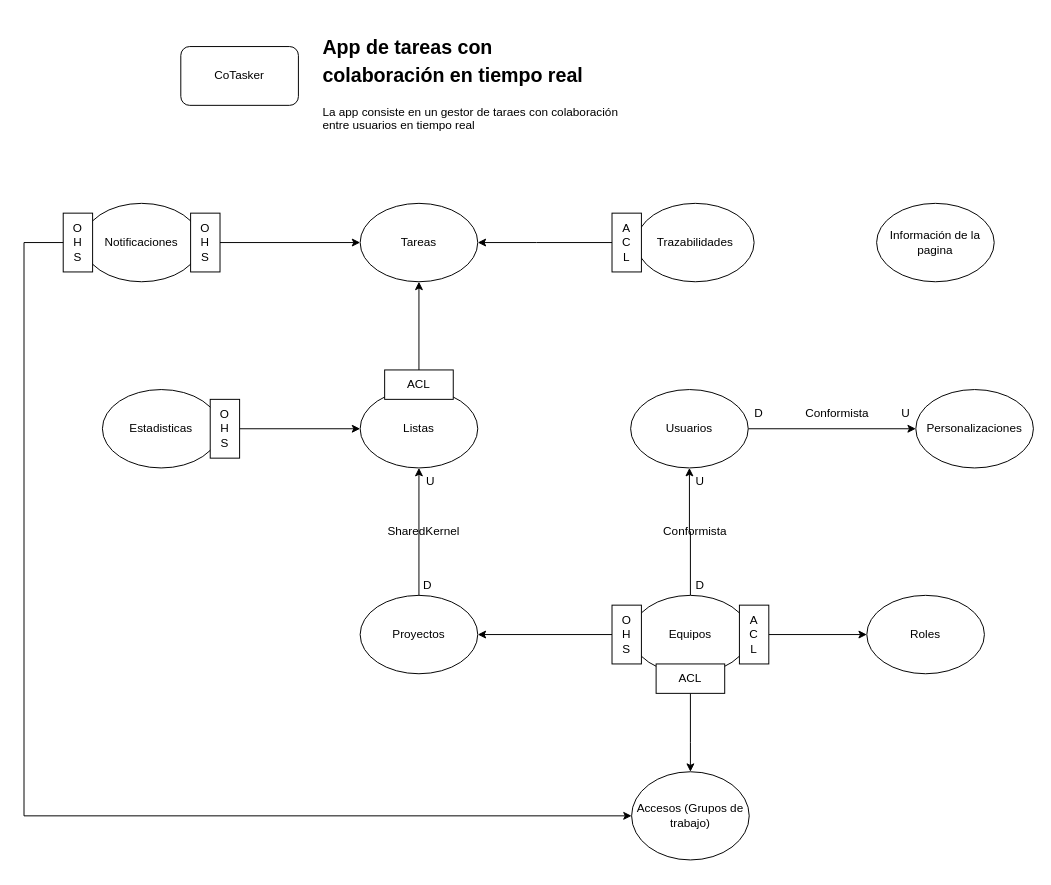
This is page "BoundedContext" (2 of 17) of CoTasker_BoundedContext.drawio from Migue1409-KP/DOO-working-group, a draw.io file, before an edit. Source tidied: cells renumbered, new cells numbered last; positions are measured from the earlier drawing's top-left corner, leaving out a move shared by most shapes. Both pictures are drawn from the tidied source at 98%, with x=0, y=0 at pixel (24, 26).
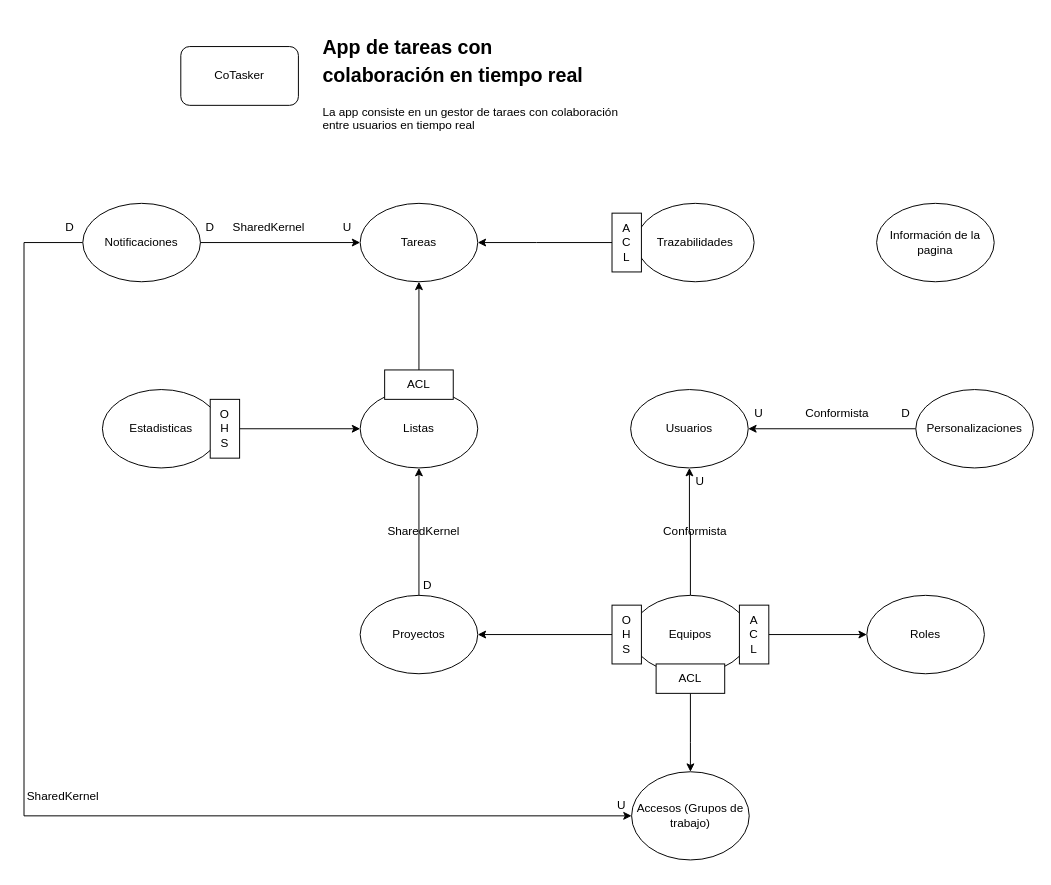
After the change.

The change refers to these unchanged cells:
```xml
<mxCell id="4" value="Tareas" style="ellipse;whiteSpace=wrap;html=1;" parent="1" vertex="1">
  <mxGeometry x="343" y="180" width="120" height="80" as="geometry" />
</mxCell>
<mxCell id="9" value="Usuarios" style="ellipse;whiteSpace=wrap;html=1;" parent="1" vertex="1">
  <mxGeometry x="619" y="370" width="120" height="80" as="geometry" />
</mxCell>
<mxCell id="14" value="Personalizaciones" style="ellipse;whiteSpace=wrap;html=1;" parent="1" vertex="1">
  <mxGeometry x="910" y="370" width="120" height="80" as="geometry" />
</mxCell>
<mxCell id="18" value="Notificaciones" style="ellipse;whiteSpace=wrap;html=1;" parent="1" vertex="1">
  <mxGeometry x="60" y="180" width="120" height="80" as="geometry" />
</mxCell>
```

Diff of the diagram source:
```diff
@@
-    <mxCell id="8" style="edgeStyle=orthogonalEdgeStyle;rounded=0;jettySize=auto;html=1;" parent="1" edge="1" source="9" target="14">
-      <mxGeometry relative="1" as="geometry" />
-    </mxCell>
@@
+    <mxCell id="46" style="edgeStyle=orthogonalEdgeStyle;rounded=0;jettySize=auto;html=1;" parent="1" edge="1" source="14" target="9">
+      <mxGeometry relative="1" as="geometry" />
+    </mxCell>
@@
     <mxCell id="22" value="U" style="text;html=1;strokeColor=none;fillColor=none;align=center;verticalAlign=middle;whiteSpace=wrap;rounded=0;" parent="1" vertex="1">
-      <mxGeometry x="385" y="449" width="60" height="30" as="geometry" />
+      <mxGeometry x="300" y="190" width="60" height="30" as="geometry" />
     </mxCell>
@@
-    <mxCell id="26" style="edgeStyle=orthogonalEdgeStyle;rounded=0;jettySize=auto;html=1;entryX=0;entryY=0.5;entryDx=0;entryDy=0;" parent="1" edge="1" source="27" target="4">
+    <mxCell id="26" style="edgeStyle=orthogonalEdgeStyle;rounded=0;jettySize=auto;html=1;entryX=0;entryY=0.5;entryDx=0;entryDy=0;exitX=1;exitY=0.5;exitDx=0;exitDy=0;" parent="1" edge="1" source="18" target="4">
       <mxGeometry relative="1" as="geometry" />
     </mxCell>
-    <mxCell id="27" value="O&lt;br&gt;H&lt;br&gt;S" style="rounded=0;whiteSpace=wrap;html=1;" parent="1" vertex="1">
-      <mxGeometry x="170" y="190" width="30" height="60" as="geometry" />
-    </mxCell>
@@
     <mxCell id="33" value="D" style="text;html=1;strokeColor=none;fillColor=none;align=center;verticalAlign=middle;whiteSpace=wrap;rounded=0;" parent="1" vertex="1">
-      <mxGeometry x="720" y="380" width="60" height="30" as="geometry" />
+      <mxGeometry x="870" y="380" width="60" height="30" as="geometry" />
     </mxCell>
     <mxCell id="34" value="U" style="text;html=1;strokeColor=none;fillColor=none;align=center;verticalAlign=middle;whiteSpace=wrap;rounded=0;" parent="1" vertex="1">
-      <mxGeometry x="870" y="380" width="60" height="30" as="geometry" />
+      <mxGeometry x="720" y="380" width="60" height="30" as="geometry" />
     </mxCell>
@@
     <mxCell id="44" value="D" style="text;html=1;strokeColor=none;fillColor=none;align=center;verticalAlign=middle;whiteSpace=wrap;rounded=0;" parent="1" vertex="1">
-      <mxGeometry x="660" y="555" width="60" height="30" as="geometry" />
+      <mxGeometry x="160" y="190" width="60" height="30" as="geometry" />
     </mxCell>
-    <mxCell id="45" value="O&lt;br&gt;H&lt;br&gt;S" style="rounded=0;whiteSpace=wrap;html=1;" parent="1" vertex="1">
-      <mxGeometry x="40" y="190" width="30" height="60" as="geometry" />
-    </mxCell>
+    <mxCell id="47" value="SharedKernel" style="text;html=1;strokeColor=none;fillColor=none;align=center;verticalAlign=middle;whiteSpace=wrap;rounded=0;" parent="1" vertex="1">
+      <mxGeometry x="220" y="190" width="60" height="30" as="geometry" />
+    </mxCell>
+    <mxCell id="48" value="SharedKernel" style="text;html=1;strokeColor=none;fillColor=none;align=center;verticalAlign=middle;whiteSpace=wrap;rounded=0;" parent="1" vertex="1">
+      <mxGeometry x="10" y="770" width="60" height="30" as="geometry" />
+    </mxCell>
+    <mxCell id="49" value="D" style="text;html=1;strokeColor=none;fillColor=none;align=center;verticalAlign=middle;whiteSpace=wrap;rounded=0;" parent="1" vertex="1">
+      <mxGeometry x="17" y="190" width="60" height="30" as="geometry" />
+    </mxCell>
+    <mxCell id="50" value="U" style="text;html=1;strokeColor=none;fillColor=none;align=center;verticalAlign=middle;whiteSpace=wrap;rounded=0;" parent="1" vertex="1">
+      <mxGeometry x="580" y="780" width="60" height="30" as="geometry" />
+    </mxCell>
```
